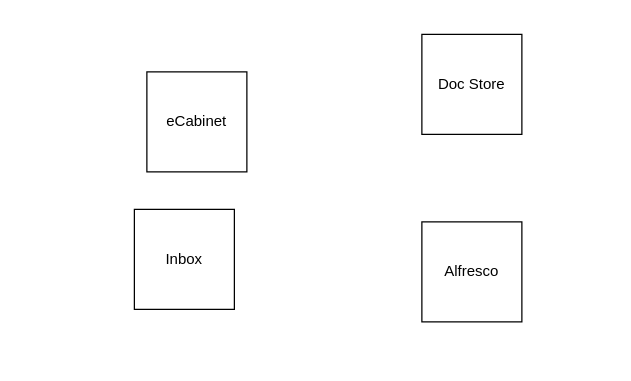
supremehover/Draw keeps this draw.io diagram as Untitled Diagram.drawio. Above is the earlier version. Source tidied: cells renumbered, new cells numbered last; positions are measured from the earlier drawing's top-left corner, leaving out a move shared by most shapes. Both pictures are drawn from the tidied source at 125%, with x=0, y=0 at pixel (134, 34).
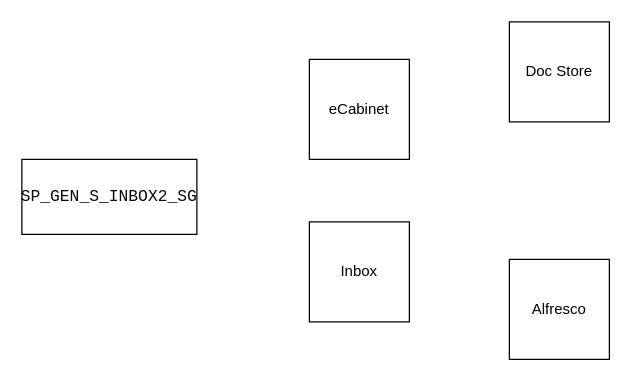
After the change.

Diff of the diagram source:
```diff
@@
 <mxGraphModel>
   <root>
     <mxCell id="0" />
     <mxCell id="1" parent="0" />
     <mxCell id="2" value="Doc Store" style="whiteSpace=wrap;html=1;" parent="1" vertex="1">
-      <mxGeometry x="230" width="80" height="80" as="geometry" />
+      <mxGeometry x="300" y="-10" width="80" height="80" as="geometry" />
     </mxCell>
     <mxCell id="3" value="Alfresco" style="whiteSpace=wrap;html=1;" parent="1" vertex="1">
-      <mxGeometry x="230" y="150" width="80" height="80" as="geometry" />
+      <mxGeometry x="300" y="180" width="80" height="80" as="geometry" />
     </mxCell>
     <mxCell id="4" value="eCabinet" style="whiteSpace=wrap;html=1;" parent="1" vertex="1">
-      <mxGeometry x="10" y="30" width="80" height="80" as="geometry" />
+      <mxGeometry x="140" y="20" width="80" height="80" as="geometry" />
     </mxCell>
     <mxCell id="5" value="Inbox" style="whiteSpace=wrap;html=1;" parent="1" vertex="1">
-      <mxGeometry y="140" width="80" height="80" as="geometry" />
+      <mxGeometry x="140" y="150" width="80" height="80" as="geometry" />
     </mxCell>
+    <mxCell id="6" value="&lt;pre style=&quot;border-color: var(--border-color); color: rgb(8, 8, 8); font-family: &amp;quot;JetBrains Mono&amp;quot;, monospace; font-size: 9.8pt;&quot;&gt;SP_GEN_S_INBOX2_SG&lt;/pre&gt;" style="rounded=0;whiteSpace=wrap;html=1;" parent="1" vertex="1">
+      <mxGeometry x="-90" y="100" width="140" height="60" as="geometry" />
+    </mxCell>
   </root>
 </mxGraphModel>
```
